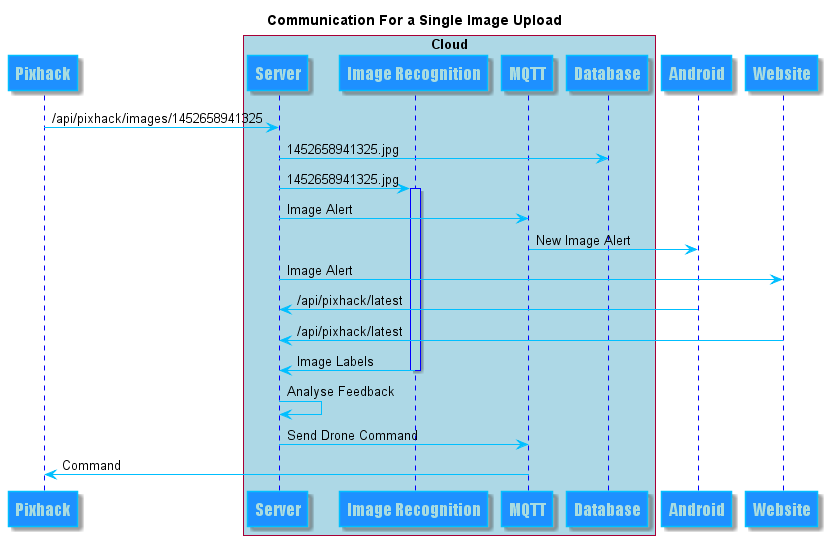
This is Final Report/images/CommSingleUpload.png from jake2184/meng, a PlantUML export, as it was before one commit.
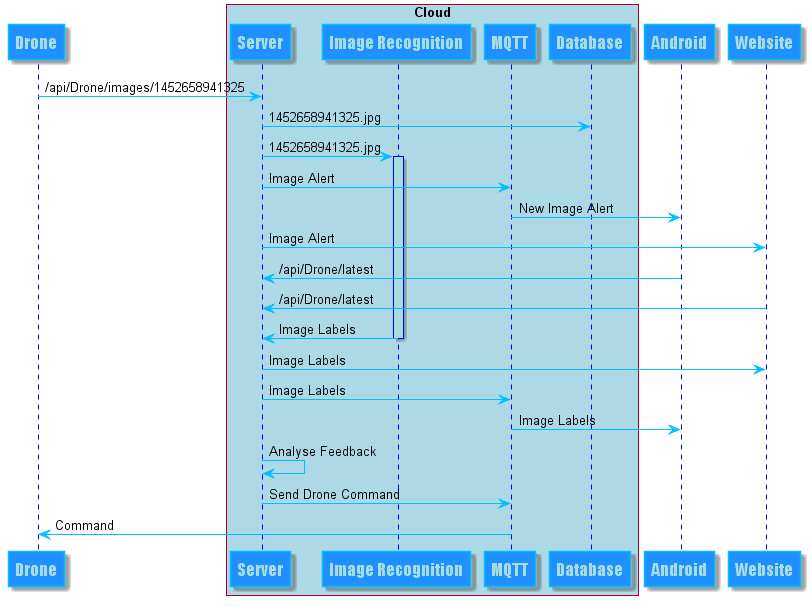
The same file after the commit.

What changed in the source:
```diff
@@ -21,11 +21,8 @@
 }
 
 
-title Communication For a Single Image Upload
 
-
-
-participant Pixhack
+participant Drone
 box "Cloud" #LightBlue
     participant Server
     participant "Image Recognition" as IR
@@ -34,20 +31,23 @@
 end box
 
 
-Pixhack -> Server: /api/pixhack/images/1452658941325
+Drone -> Server: /api/Drone/images/1452658941325
 Server -> Database: 1452658941325.jpg
 Server -> IR: 1452658941325.jpg
 activate IR
 Server -> MQTT: Image Alert
 MQTT -> Android : New Image Alert
 Server -> Website : Image Alert
-Android -> Server : /api/pixhack/latest
-Website -> Server : /api/pixhack/latest
+Android -> Server : /api/Drone/latest
+Website -> Server : /api/Drone/latest
 IR -> Server : Image Labels
 deactivate IR
+Server -> Website : Image Labels
+Server -> MQTT : Image Labels
+MQTT -> Android : Image Labels
 Server -> Server : Analyse Feedback
 Server -> MQTT : Send Drone Command
-MQTT -> Pixhack : Command
+MQTT -> Drone : Command
 
 
 
```
